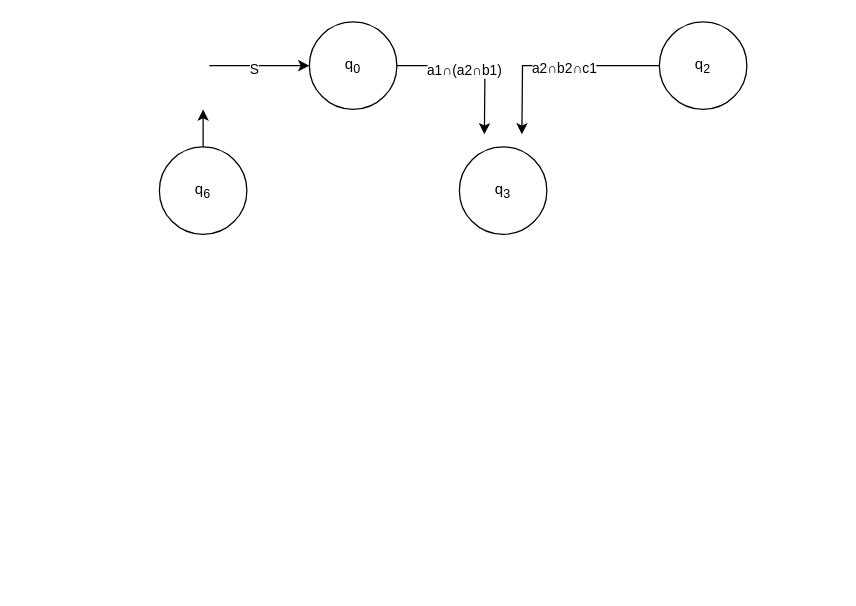
The draw.io diagram 未命名绘图.drawio in Smiling-Weeping-zhr/Git, before the edit. Source tidied: cells renumbered, new cells numbered last; positions are measured from the earlier drawing's top-left corner, leaving out a move shared by most shapes. Both pictures are drawn from the tidied source at 125%, with x=0, y=0 at pixel (159, 21).
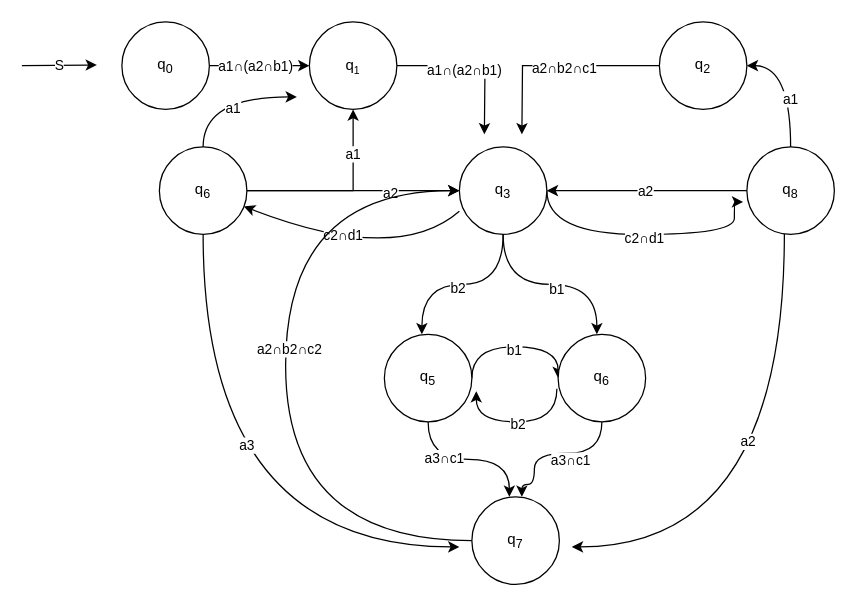
After the change.

Commit message:
有穷状态自动机

The change refers to these unchanged cells:
```xml
<mxCell id="9" value="q&lt;sub&gt;2&lt;/sub&gt;" style="ellipse;whiteSpace=wrap;html=1;" parent="1" vertex="1">
  <mxGeometry x="400" width="70" height="70" as="geometry" />
</mxCell>
<mxCell id="10" value="q&lt;sub&gt;3&lt;/sub&gt;" style="ellipse;whiteSpace=wrap;html=1;" parent="1" vertex="1">
  <mxGeometry x="240" y="100" width="70" height="70" as="geometry" />
</mxCell>
<mxCell id="12" value="q&lt;sub&gt;6&lt;/sub&gt;" style="ellipse;whiteSpace=wrap;html=1;" parent="1" vertex="1">
  <mxGeometry y="100" width="70" height="70" as="geometry" />
</mxCell>
```

What changed in the source:
```diff
@@
-    <mxCell id="4" value="q&lt;sub&gt;0&lt;/sub&gt;" style="ellipse;whiteSpace=wrap;html=1;" parent="1" vertex="1">
+    <mxCell id="4" value="q&lt;span style=&quot;font-size: 10px;&quot;&gt;&lt;sub&gt;1&lt;/sub&gt;&lt;/span&gt;" style="ellipse;whiteSpace=wrap;html=1;" parent="1" vertex="1">
       <mxGeometry x="120" width="70" height="70" as="geometry" />
     </mxCell>
-    <mxCell id="5" style="edgeStyle=none;jettySize=auto;html=1;rounded=0;entryX=0;entryY=0.5;entryDx=0;entryDy=0;" parent="1" edge="1" target="4">
-      <mxGeometry relative="1" as="geometry">
-        <mxPoint x="40" y="35" as="sourcePoint" />
-      </mxGeometry>
-    </mxCell>
-    <mxCell id="6" value="S" style="edgeLabel;html=1;align=center;verticalAlign=middle;" parent="5" vertex="1">
-      <mxGeometry x="-0.13" y="-1" relative="1" as="geometry">
-        <mxPoint y="1" as="offset" />
-      </mxGeometry>
-    </mxCell>
@@
+    <mxCell id="13" style="edgeStyle=orthogonalEdgeStyle;curved=1;rounded=0;jettySize=auto;html=1;" parent="1" edge="1" source="10">
+      <mxGeometry relative="1" as="geometry">
+        <mxPoint x="210" y="250" as="targetPoint" />
+        <Array as="points">
+          <mxPoint x="275" y="210" />
+          <mxPoint x="210" y="210" />
+          <mxPoint x="210" y="250" />
+        </Array>
+      </mxGeometry>
+    </mxCell>
+    <mxCell id="14" value="b2" style="edgeLabel;html=1;align=center;verticalAlign=middle;" parent="13" vertex="1">
+      <mxGeometry x="0.07" y="2" relative="1" as="geometry">
+        <mxPoint x="1" as="offset" />
+      </mxGeometry>
+    </mxCell>
+    <mxCell id="15" style="edgeStyle=orthogonalEdgeStyle;curved=1;rounded=0;jettySize=auto;html=1;exitX=0.5;exitY=1;exitDx=0;exitDy=0;" parent="1" edge="1" source="10">
+      <mxGeometry relative="1" as="geometry">
+        <mxPoint x="350" y="250" as="targetPoint" />
+        <Array as="points">
+          <mxPoint x="275" y="210" />
+          <mxPoint x="350" y="210" />
+          <mxPoint x="350" y="250" />
+        </Array>
+      </mxGeometry>
+    </mxCell>
+    <mxCell id="16" value="b1" style="edgeLabel;html=1;align=center;verticalAlign=middle;" parent="15" vertex="1">
+      <mxGeometry x="0.05" y="-2" relative="1" as="geometry">
+        <mxPoint x="1" y="1" as="offset" />
+      </mxGeometry>
+    </mxCell>
+    <mxCell id="17" style="edgeStyle=orthogonalEdgeStyle;curved=1;rounded=0;jettySize=auto;html=1;exitX=1;exitY=0.5;exitDx=0;exitDy=0;entryX=-0.043;entryY=0.629;entryDx=0;entryDy=0;entryPerimeter=0;" parent="1" edge="1" source="10" target="51">
+      <mxGeometry relative="1" as="geometry">
+        <Array as="points">
+          <mxPoint x="310" y="170" />
+          <mxPoint x="460" y="170" />
+          <mxPoint x="460" y="144" />
+        </Array>
+      </mxGeometry>
+    </mxCell>
+    <mxCell id="18" value="c2∩d1" style="edgeLabel;html=1;align=center;verticalAlign=middle;" parent="17" vertex="1">
+      <mxGeometry x="0.03" y="-1" relative="1" as="geometry">
+        <mxPoint y="1" as="offset" />
+      </mxGeometry>
+    </mxCell>
@@
-    <mxCell id="11" style="rounded=0;jettySize=auto;html=1;edgeStyle=elbowEdgeStyle;" parent="1" edge="1" source="12">
-      <mxGeometry relative="1" as="geometry">
-        <mxPoint x="35" y="70" as="targetPoint" />
-      </mxGeometry>
-    </mxCell>
+    <mxCell id="19" style="edgeStyle=orthogonalEdgeStyle;rounded=0;jettySize=auto;html=1;entryX=0.5;entryY=1;entryDx=0;entryDy=0;" parent="1" edge="1" source="12" target="4">
+      <mxGeometry relative="1" as="geometry" />
+    </mxCell>
+    <mxCell id="20" value="a1" style="edgeLabel;html=1;align=center;verticalAlign=middle;" parent="19" vertex="1">
+      <mxGeometry x="0.54" y="2" relative="1" as="geometry">
+        <mxPoint x="1" y="1" as="offset" />
+      </mxGeometry>
+    </mxCell>
+    <mxCell id="21" style="edgeStyle=orthogonalEdgeStyle;rounded=0;jettySize=auto;html=1;" parent="1" edge="1" source="12" target="10">
+      <mxGeometry relative="1" as="geometry" />
+    </mxCell>
+    <mxCell id="22" value="a2" style="edgeLabel;html=1;align=center;verticalAlign=middle;" parent="21" vertex="1">
+      <mxGeometry x="0.34" relative="1" as="geometry">
+        <mxPoint y="1" as="offset" />
+      </mxGeometry>
+    </mxCell>
+    <mxCell id="23" style="edgeStyle=orthogonalEdgeStyle;curved=1;rounded=0;jettySize=auto;html=1;" parent="1" edge="1" source="12">
+      <mxGeometry relative="1" as="geometry">
+        <mxPoint x="110" y="60" as="targetPoint" />
+        <Array as="points">
+          <mxPoint x="35" y="60" />
+        </Array>
+      </mxGeometry>
+    </mxCell>
+    <mxCell id="24" value="a1" style="edgeLabel;html=1;align=center;verticalAlign=middle;" parent="23" vertex="1">
+      <mxGeometry x="0.09" y="-7" relative="1" as="geometry">
+        <mxPoint y="1" as="offset" />
+      </mxGeometry>
+    </mxCell>
+    <mxCell id="25" style="edgeStyle=orthogonalEdgeStyle;curved=1;rounded=0;jettySize=auto;html=1;" parent="1" edge="1" source="12">
+      <mxGeometry relative="1" as="geometry">
+        <mxPoint x="240" y="420" as="targetPoint" />
+        <Array as="points">
+          <mxPoint x="35" y="420" />
+        </Array>
+      </mxGeometry>
+    </mxCell>
+    <mxCell id="26" value="a3" style="edgeLabel;html=1;align=center;verticalAlign=middle;" parent="25" vertex="1">
+      <mxGeometry x="-0.26" y="34" relative="1" as="geometry" />
+    </mxCell>
@@
+    <mxCell id="27" style="curved=1;endArrow=classic;html=1;rounded=0;exitX=0;exitY=0.736;exitDx=0;exitDy=0;exitPerimeter=0;" parent="1" edge="1" source="10" target="12">
+      <mxGeometry relative="1" as="geometry">
+        <Array as="points">
+          <mxPoint x="190" y="195" />
+        </Array>
+      </mxGeometry>
+    </mxCell>
+    <mxCell id="28" value="c2∩d1" style="edgeLabel;html=1;align=center;verticalAlign=middle;" parent="27" vertex="1">
+      <mxGeometry x="0.17" y="-7" relative="1" as="geometry" />
+    </mxCell>
+    <mxCell id="29" style="edgeStyle=orthogonalEdgeStyle;curved=1;rounded=0;jettySize=auto;html=1;exitX=1;exitY=0.5;exitDx=0;exitDy=0;entryX=0;entryY=0.5;entryDx=0;entryDy=0;" parent="1" edge="1" source="33" target="38">
+      <mxGeometry relative="1" as="geometry">
+        <Array as="points">
+          <mxPoint x="250" y="260" />
+          <mxPoint x="319" y="260" />
+        </Array>
+      </mxGeometry>
+    </mxCell>
+    <mxCell id="30" value="b1" style="edgeLabel;html=1;align=center;verticalAlign=middle;" parent="29" vertex="1">
+      <mxGeometry x="-0.02" y="-1" relative="1" as="geometry">
+        <mxPoint y="1" as="offset" />
+      </mxGeometry>
+    </mxCell>
+    <mxCell id="31" style="edgeStyle=orthogonalEdgeStyle;curved=1;rounded=0;jettySize=auto;html=1;" parent="1" edge="1" source="33">
+      <mxGeometry relative="1" as="geometry">
+        <mxPoint x="280" y="380" as="targetPoint" />
+        <Array as="points">
+          <mxPoint x="215" y="350" />
+          <mxPoint x="280" y="350" />
+          <mxPoint x="280" y="380" />
+        </Array>
+      </mxGeometry>
+    </mxCell>
+    <mxCell id="32" value="a3∩c1" style="edgeLabel;html=1;align=center;verticalAlign=middle;" parent="31" vertex="1">
+      <mxGeometry x="-0.34" y="3" relative="1" as="geometry">
+        <mxPoint x="1" y="1" as="offset" />
+      </mxGeometry>
+    </mxCell>
+    <mxCell id="33" value="q&lt;sub&gt;5&lt;/sub&gt;" style="ellipse;whiteSpace=wrap;html=1;" parent="1" vertex="1">
+      <mxGeometry x="180" y="250" width="70" height="70" as="geometry" />
+    </mxCell>
+    <mxCell id="34" style="edgeStyle=orthogonalEdgeStyle;curved=1;rounded=0;jettySize=auto;html=1;entryX=1.05;entryY=0.65;entryDx=0;entryDy=0;entryPerimeter=0;exitX=-0.014;exitY=0.621;exitDx=0;exitDy=0;exitPerimeter=0;" parent="1" edge="1" source="38" target="33">
+      <mxGeometry relative="1" as="geometry">
+        <Array as="points">
+          <mxPoint x="318" y="320" />
+          <mxPoint x="254" y="320" />
+        </Array>
+      </mxGeometry>
+    </mxCell>
+    <mxCell id="35" value="b2" style="edgeLabel;html=1;align=center;verticalAlign=middle;" parent="34" vertex="1">
+      <mxGeometry y="1" relative="1" as="geometry" />
+    </mxCell>
+    <mxCell id="36" style="edgeStyle=orthogonalEdgeStyle;curved=1;rounded=0;jettySize=auto;html=1;" parent="1" edge="1" source="38">
+      <mxGeometry relative="1" as="geometry">
+        <mxPoint x="290" y="380" as="targetPoint" />
+        <Array as="points">
+          <mxPoint x="354" y="345" />
+          <mxPoint x="300" y="345" />
+          <mxPoint x="300" y="370" />
+          <mxPoint x="290" y="370" />
+        </Array>
+      </mxGeometry>
+    </mxCell>
+    <mxCell id="37" value="a3∩c1" style="edgeLabel;html=1;align=center;verticalAlign=middle;" parent="36" vertex="1">
+      <mxGeometry x="-0.17" y="5" relative="1" as="geometry" />
+    </mxCell>
+    <mxCell id="38" value="q&lt;sub&gt;6&lt;/sub&gt;" style="ellipse;whiteSpace=wrap;html=1;" parent="1" vertex="1">
+      <mxGeometry x="319" y="250" width="70" height="70" as="geometry" />
+    </mxCell>
+    <mxCell id="39" style="edgeStyle=orthogonalEdgeStyle;curved=1;rounded=0;jettySize=auto;html=1;entryX=0;entryY=0.5;entryDx=0;entryDy=0;" parent="1" edge="1" source="41" target="4">
+      <mxGeometry relative="1" as="geometry" />
+    </mxCell>
+    <mxCell id="40" value="a1∩(a2∩b1)" style="edgeLabel;html=1;align=center;verticalAlign=middle;" parent="39" vertex="1">
+      <mxGeometry x="-0.1" y="1" relative="1" as="geometry">
+        <mxPoint y="1" as="offset" />
+      </mxGeometry>
+    </mxCell>
+    <mxCell id="41" value="q&lt;sub&gt;0&lt;/sub&gt;" style="ellipse;whiteSpace=wrap;html=1;" parent="1" vertex="1">
+      <mxGeometry x="-30" width="70" height="70" as="geometry" />
+    </mxCell>
+    <mxCell id="6" value="S" style="edgeStyle=none;orthogonalLoop=1;jettySize=auto;html=1;rounded=0;curved=1;" parent="1" edge="1">
+      <mxGeometry relative="1" as="geometry">
+        <mxPoint x="-110" y="35" as="sourcePoint" />
+        <mxPoint x="-50" y="34.5" as="targetPoint" />
+      </mxGeometry>
+    </mxCell>
+    <mxCell id="42" style="edgeStyle=orthogonalEdgeStyle;curved=1;rounded=0;jettySize=auto;html=1;" parent="1" edge="1" source="44" target="10">
+      <mxGeometry relative="1" as="geometry">
+        <Array as="points">
+          <mxPoint x="101" y="415" />
+          <mxPoint x="101" y="135" />
+        </Array>
+      </mxGeometry>
+    </mxCell>
+    <mxCell id="43" value="a2∩b2∩c2" style="edgeLabel;html=1;align=center;verticalAlign=middle;" parent="42" vertex="1">
+      <mxGeometry x="0.07" y="-1" relative="1" as="geometry">
+        <mxPoint x="1" y="1" as="offset" />
+      </mxGeometry>
+    </mxCell>
+    <mxCell id="44" value="q&lt;sub&gt;7&lt;/sub&gt;" style="ellipse;whiteSpace=wrap;html=1;" parent="1" vertex="1">
+      <mxGeometry x="250" y="380" width="70" height="70" as="geometry" />
+    </mxCell>
+    <mxCell id="45" style="edgeStyle=orthogonalEdgeStyle;curved=1;rounded=0;jettySize=auto;html=1;entryX=1;entryY=0.5;entryDx=0;entryDy=0;" parent="1" edge="1" source="51" target="10">
+      <mxGeometry relative="1" as="geometry" />
+    </mxCell>
+    <mxCell id="46" value="a2" style="edgeLabel;html=1;align=center;verticalAlign=middle;" parent="45" vertex="1">
+      <mxGeometry x="0.04" relative="1" as="geometry">
+        <mxPoint x="1" as="offset" />
+      </mxGeometry>
+    </mxCell>
+    <mxCell id="47" style="edgeStyle=orthogonalEdgeStyle;curved=1;rounded=0;jettySize=auto;html=1;entryX=1;entryY=0.5;entryDx=0;entryDy=0;" parent="1" edge="1" source="51" target="9">
+      <mxGeometry relative="1" as="geometry" />
+    </mxCell>
+    <mxCell id="48" value="a1" style="edgeLabel;html=1;align=center;verticalAlign=middle;" parent="47" vertex="1">
+      <mxGeometry x="-0.21" y="2" relative="1" as="geometry">
+        <mxPoint x="1" y="1" as="offset" />
+      </mxGeometry>
+    </mxCell>
+    <mxCell id="49" style="edgeStyle=orthogonalEdgeStyle;curved=1;rounded=0;jettySize=auto;html=1;" parent="1" edge="1" source="51">
+      <mxGeometry relative="1" as="geometry">
+        <mxPoint x="330" y="420" as="targetPoint" />
+        <Array as="points">
+          <mxPoint x="500" y="420" />
+        </Array>
+      </mxGeometry>
+    </mxCell>
+    <mxCell id="50" value="a2" style="edgeLabel;html=1;align=center;verticalAlign=middle;" parent="49" vertex="1">
+      <mxGeometry x="-0.21" y="-30" relative="1" as="geometry" />
+    </mxCell>
+    <mxCell id="51" value="q&lt;sub&gt;8&lt;/sub&gt;" style="ellipse;whiteSpace=wrap;html=1;" parent="1" vertex="1">
+      <mxGeometry x="470" y="100" width="70" height="70" as="geometry" />
+    </mxCell>
```
